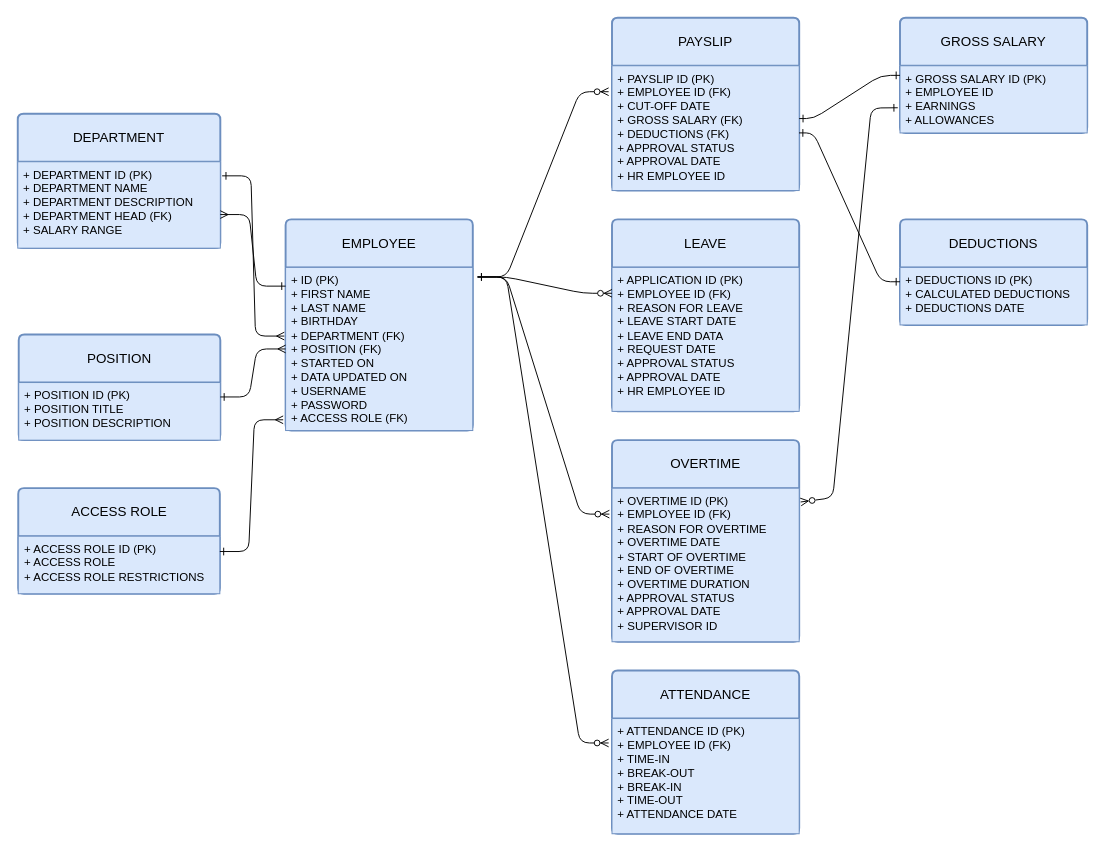
Before: MO-IT107-ERD.drawio in zephyrstorm123/MO-IT107-Worksheet3-ERD, a draw.io diagram. Source tidied: cells renumbered, new cells numbered last; positions are measured from the earlier drawing's top-left corner, leaving out a move shared by most shapes. Both pictures are drawn from the tidied source at 96%, with x=0, y=0 at pixel (-16, 17).
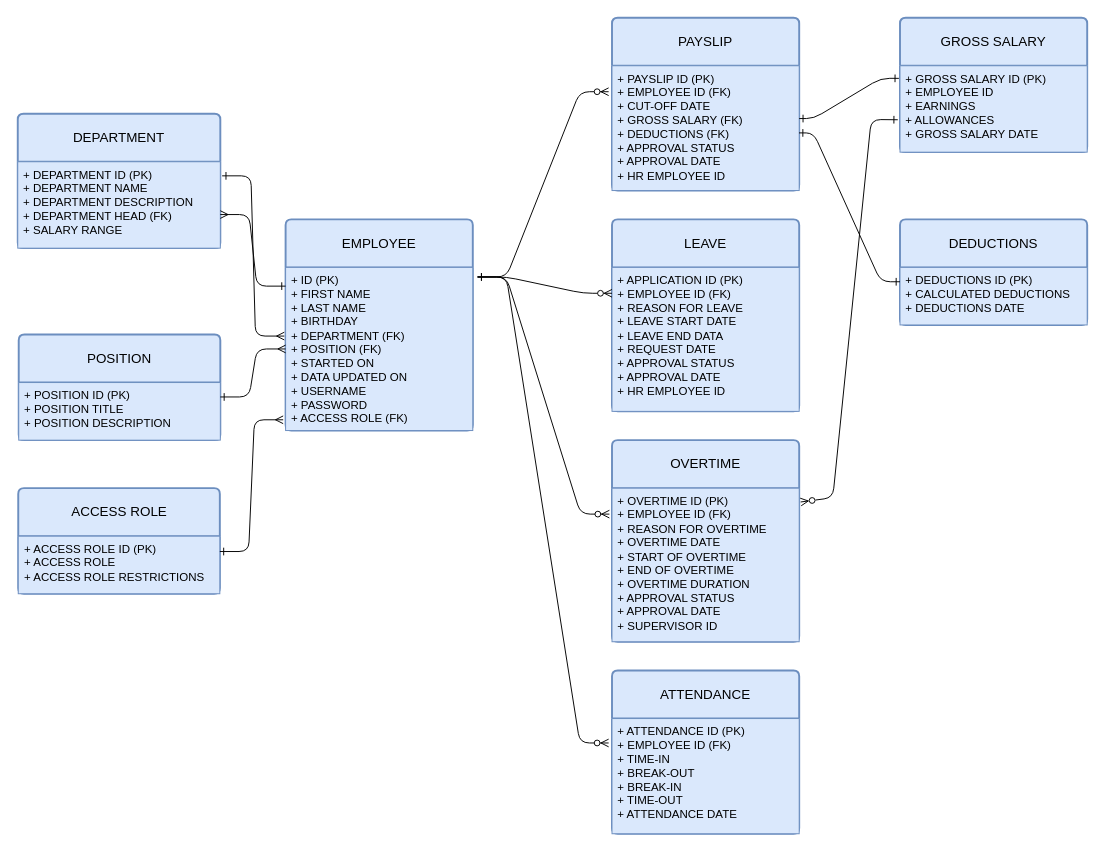
The same page after the edit.

The change refers to these unchanged cells:
```xml
<mxCell id="7" value="+ PAYSLIP ID (PK)&lt;br&gt;+ EMPLOYEE ID (FK)&lt;br&gt;+ CUT-OFF DATE&lt;br&gt;+ GROSS SALARY (FK)&lt;br&gt;+ DEDUCTIONS (FK)&lt;br&gt;+ APPROVAL STATUS&lt;br&gt;+ APPROVAL DATE&lt;br&gt;+ HR EMPLOYEE ID" style="align=left;strokeColor=#6c8ebf;fillColor=#dae8fc;spacingLeft=4;fontSize=12;verticalAlign=top;html=1;" parent="6" vertex="1">
  <mxGeometry y="50" width="195" height="130" as="geometry" />
</mxCell>
<mxCell id="10" value="+ OVERTIME ID (PK)&lt;br style=&quot;border-color: var(--border-color);&quot;&gt;+ EMPLOYEE ID (FK)&lt;br style=&quot;border-color: var(--border-color);&quot;&gt;+ REASON FOR OVERTIME&lt;br style=&quot;border-color: var(--border-color);&quot;&gt;+ OVERTIME DATE&lt;br&gt;+ START OF OVERTIME&lt;br&gt;+ END OF OVERTIME&lt;br style=&quot;border-color: var(--border-color);&quot;&gt;+ OVERTIME DURATION&lt;br style=&quot;border-color: var(--border-color);&quot;&gt;+ APPROVAL STATUS&lt;br&gt;+ APPROVAL DATE&lt;br style=&quot;border-color: var(--border-color);&quot;&gt;+ SUPERVISOR ID" style="align=left;strokeColor=#6c8ebf;fillColor=#dae8fc;spacingLeft=4;fontSize=12;verticalAlign=top;html=1;" parent="9" vertex="1">
  <mxGeometry y="50" width="195" height="160" as="geometry" />
</mxCell>
```

What changed in the source:
```diff
@@
     <mxCell id="30" value="GROSS SALARY" style="swimlane;horizontal=1;startSize=50;rounded=1;fontSize=14;fontStyle=0;strokeWidth=2;shadow=0;dashed=0;align=center;arcSize=4;whiteSpace=wrap;html=1;fillColor=#dae8fc;strokeColor=#6c8ebf;" parent="1" vertex="1">
-      <mxGeometry x="954" width="195" height="120" as="geometry" />
+      <mxGeometry x="954" width="195" height="140" as="geometry" />
     </mxCell>
-    <mxCell id="31" value="+ GROSS SALARY ID (PK)&lt;br&gt;+ EMPLOYEE ID&lt;br&gt;+ EARNINGS&lt;br&gt;+ ALLOWANCES" style="align=left;strokeColor=#6c8ebf;fillColor=#dae8fc;spacingLeft=4;fontSize=12;verticalAlign=top;html=1;" parent="30" vertex="1">
-      <mxGeometry y="50" width="195" height="70" as="geometry" />
+    <mxCell id="31" value="+ GROSS SALARY ID (PK)&lt;br&gt;+ EMPLOYEE ID&lt;br&gt;+ EARNINGS&lt;br&gt;+ ALLOWANCES&lt;br&gt;+ GROSS SALARY DATE" style="align=left;strokeColor=#6c8ebf;fillColor=#dae8fc;spacingLeft=4;fontSize=12;verticalAlign=top;html=1;" parent="30" vertex="1">
+      <mxGeometry y="50" width="195" height="90" as="geometry" />
     </mxCell>
     <mxCell id="32" style="curved=0;endArrow=ERone;html=1;rounded=1;entryX=-0.012;entryY=0.625;entryDx=0;entryDy=0;exitX=1.008;exitY=0.09;exitDx=0;exitDy=0;exitPerimeter=0;startArrow=ERzeroToMany;startFill=0;endFill=0;entryPerimeter=0;" parent="1" edge="1" source="10" target="31">
       <mxGeometry relative="1" as="geometry">
         <Array as="points">
           <mxPoint x="884" y="500" />
-          <mxPoint x="924" y="94" />
+          <mxPoint x="924" y="106" />
         </Array>
       </mxGeometry>
     </mxCell>
-    <mxCell id="33" style="endArrow=ERone;html=1;rounded=1;entryX=0;entryY=0.5;entryDx=0;entryDy=0;exitX=1;exitY=0.423;exitDx=0;exitDy=0;exitPerimeter=0;startArrow=ERone;startFill=0;endFill=0;curved=0;" parent="1" edge="1" source="7" target="30">
+    <mxCell id="33" style="endArrow=ERone;html=1;rounded=1;entryX=-0.006;entryY=0.146;entryDx=0;entryDy=0;exitX=1;exitY=0.423;exitDx=0;exitDy=0;exitPerimeter=0;startArrow=ERone;startFill=0;endFill=0;curved=0;entryPerimeter=0;" parent="1" edge="1" source="7" target="31">
       <mxGeometry relative="1" as="geometry">
         <Array as="points">
           <mxPoint x="864" y="105" />
-          <mxPoint x="934" y="60" />
+          <mxPoint x="934" y="63" />
         </Array>
       </mxGeometry>
     </mxCell>
```
